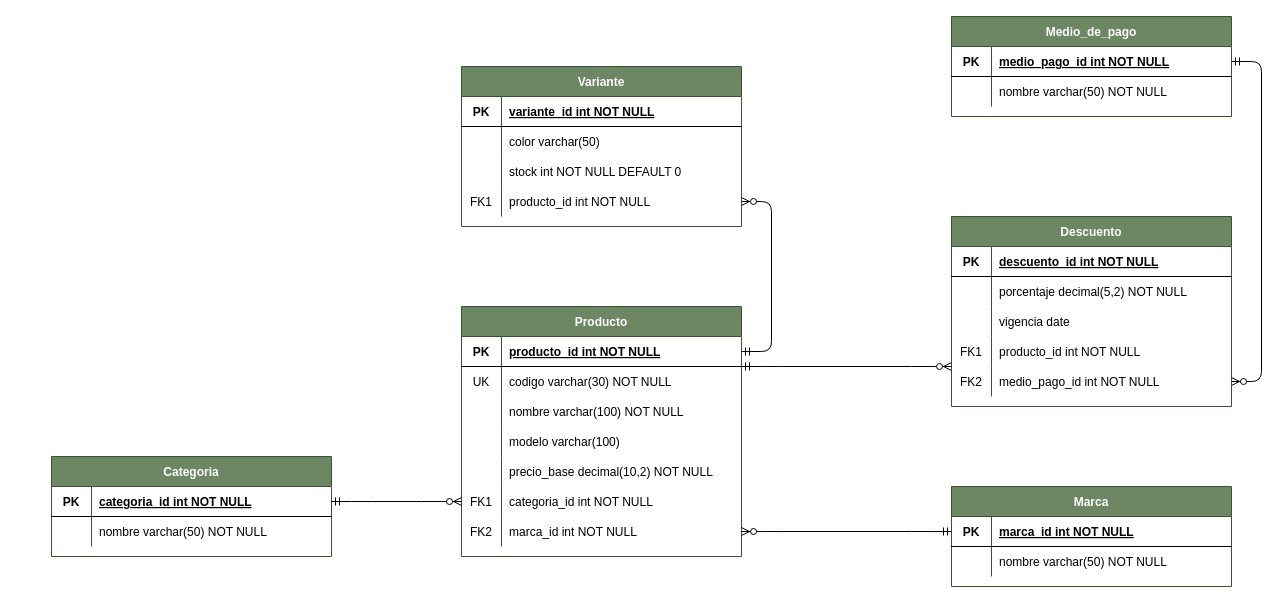
Earlier version of the draw.io diagram BD_ER.drawio (albertinap/Krepla-RacingParts). Source tidied: cells renumbered, new cells numbered last; positions are measured from the earlier drawing's top-left corner, leaving out a move shared by most shapes. Both pictures are drawn from the tidied source at 100%, with x=0, y=0 at pixel (51, 16).
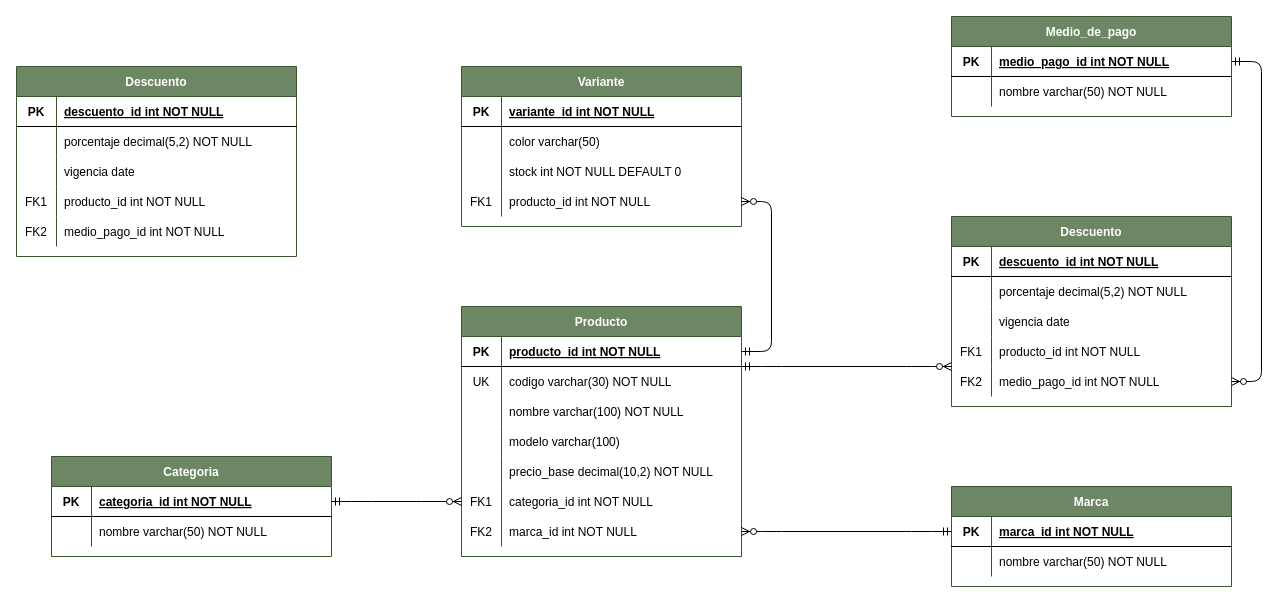
Above is the later version.

Change to the diagram source:
```diff
@@
+    <mxCell id="79" value="Descuento" style="shape=table;startSize=30;childLayout=tableLayout;rowLines=0;fontStyle=1;align=center;fillColor=#6d8764;fontColor=#ffffff;strokeColor=#3A5431;" parent="1" vertex="1">
+      <mxGeometry x="-35" y="50" width="280" height="190" as="geometry" />
+    </mxCell>
+    <mxCell id="80" style="shape=partialRectangle;fillColor=none;top=0;left=0;right=0;bottom=1;" parent="79" vertex="1">
+      <mxGeometry y="30" width="280" height="30" as="geometry" />
+    </mxCell>
+    <mxCell id="81" value="PK" style="shape=partialRectangle;overflow=hidden;fillColor=none;top=0;left=0;bottom=0;right=0;fontStyle=1;" parent="80" vertex="1">
+      <mxGeometry width="40" height="30" as="geometry" />
+    </mxCell>
+    <mxCell id="82" value="descuento_id int NOT NULL" style="shape=partialRectangle;overflow=hidden;fillColor=none;top=0;left=0;bottom=0;right=0;align=left;spacingLeft=6;fontStyle=5;" parent="80" vertex="1">
+      <mxGeometry x="40" width="240" height="30" as="geometry" />
+    </mxCell>
+    <mxCell id="83" style="shape=partialRectangle;fillColor=none;top=0;left=0;right=0;bottom=0;" parent="79" vertex="1">
+      <mxGeometry y="60" width="280" height="30" as="geometry" />
+    </mxCell>
+    <mxCell id="84" style="shape=partialRectangle;overflow=hidden;fillColor=none;top=0;left=0;bottom=0;right=0;" parent="83" vertex="1">
+      <mxGeometry width="40" height="30" as="geometry" />
+    </mxCell>
+    <mxCell id="85" value="porcentaje decimal(5,2) NOT NULL" style="shape=partialRectangle;overflow=hidden;fillColor=none;top=0;left=0;bottom=0;right=0;align=left;spacingLeft=6;" parent="83" vertex="1">
+      <mxGeometry x="40" width="240" height="30" as="geometry" />
+    </mxCell>
+    <mxCell id="86" style="shape=partialRectangle;fillColor=none;top=0;left=0;right=0;bottom=0;" parent="79" vertex="1">
+      <mxGeometry y="90" width="280" height="30" as="geometry" />
+    </mxCell>
+    <mxCell id="87" style="shape=partialRectangle;overflow=hidden;fillColor=none;top=0;left=0;bottom=0;right=0;" parent="86" vertex="1">
+      <mxGeometry width="40" height="30" as="geometry" />
+    </mxCell>
+    <mxCell id="88" value="vigencia date" style="shape=partialRectangle;overflow=hidden;fillColor=none;top=0;left=0;bottom=0;right=0;align=left;spacingLeft=6;" parent="86" vertex="1">
+      <mxGeometry x="40" width="240" height="30" as="geometry" />
+    </mxCell>
+    <mxCell id="89" style="shape=partialRectangle;fillColor=none;top=0;left=0;right=0;bottom=0;" parent="79" vertex="1">
+      <mxGeometry y="120" width="280" height="30" as="geometry" />
+    </mxCell>
+    <mxCell id="90" value="FK1" style="shape=partialRectangle;overflow=hidden;fillColor=none;top=0;left=0;bottom=0;right=0;" parent="89" vertex="1">
+      <mxGeometry width="40" height="30" as="geometry" />
+    </mxCell>
+    <mxCell id="91" value="producto_id int NOT NULL" style="shape=partialRectangle;overflow=hidden;fillColor=none;top=0;left=0;bottom=0;right=0;align=left;spacingLeft=6;" parent="89" vertex="1">
+      <mxGeometry x="40" width="240" height="30" as="geometry" />
+    </mxCell>
+    <mxCell id="92" style="shape=partialRectangle;fillColor=none;top=0;left=0;right=0;bottom=0;" parent="79" vertex="1">
+      <mxGeometry y="150" width="280" height="30" as="geometry" />
+    </mxCell>
+    <mxCell id="93" value="FK2" style="shape=partialRectangle;overflow=hidden;fillColor=none;top=0;left=0;bottom=0;right=0;" parent="92" vertex="1">
+      <mxGeometry width="40" height="30" as="geometry" />
+    </mxCell>
+    <mxCell id="94" value="medio_pago_id int NOT NULL" style="shape=partialRectangle;overflow=hidden;fillColor=none;top=0;left=0;bottom=0;right=0;align=left;spacingLeft=6;" parent="92" vertex="1">
+      <mxGeometry x="40" width="240" height="30" as="geometry" />
+    </mxCell>
```
